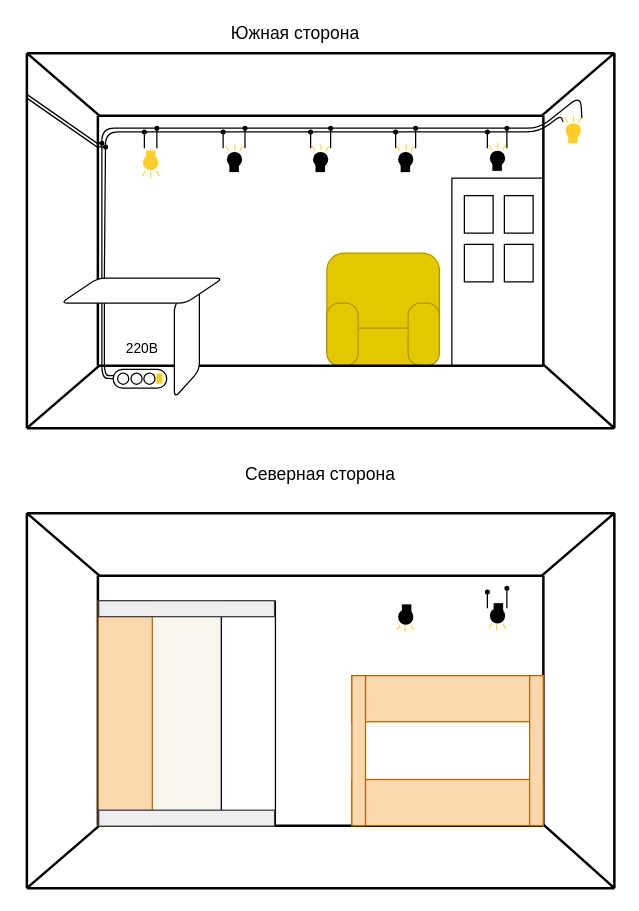
Pilgore-pi/Open-proger-notes keeps this draw.io diagram as 01 Идеи проектов/Целевые проекты/Параллельное RGB освещение/Карта проекта.drawio. Above is the earlier version. Source tidied: cells renumbered, new cells numbered last; positions are measured from the earlier drawing's top-left corner, leaving out a move shared by most shapes. Both pictures are drawn from the tidied source at 125%, with x=0, y=0 at pixel (12, 21).
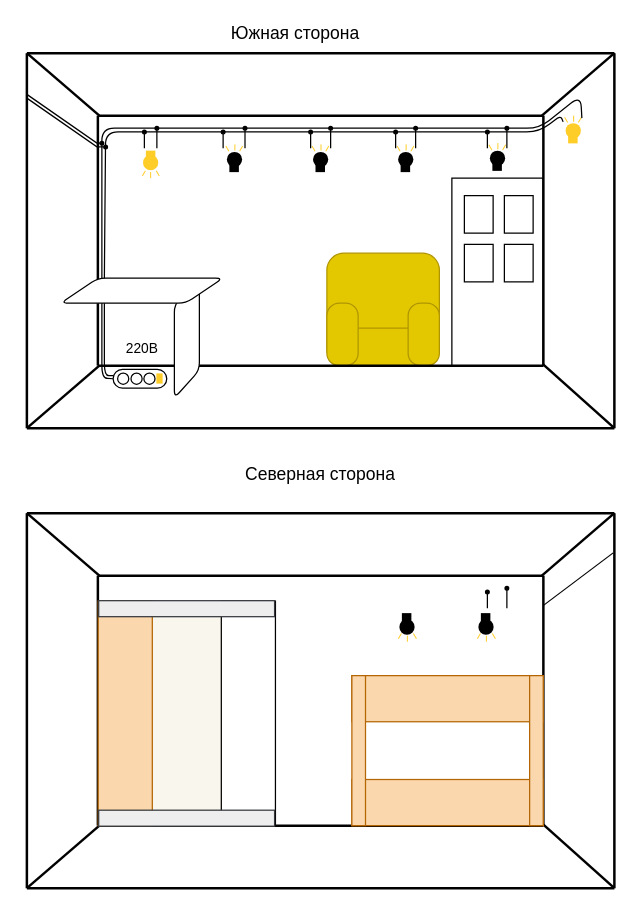
The same page after the edit.

Commit message:
obsidian auto commit: 16-11-2025 16:10

Unchanged cells that the change refers to:
```xml
<mxCell id="94" style="rounded=0;whiteSpace=wrap;html=1;fillColor=light-dark(#FFFFFF,#040033);strokeColor=none;" parent="1" vertex="1">
  <mxGeometry x="11" y="393" width="470" height="300" as="geometry" />
</mxCell>
<mxCell id="96" style="group;" parent="1" vertex="1">
  <mxGeometry x="11" y="393" width="470" height="300" as="geometry" />
</mxCell>
```

What changed in the source:
```diff
@@
-    <mxCell id="101" style="group;rotation=0;" parent="96" vertex="1">
-      <mxGeometry x="296" y="73" width="14.3" height="22" as="geometry" />
-    </mxCell>
+    <mxCell id="134" style="group;" parent="96" vertex="1">
+      <mxGeometry x="296.8" y="80" width="15.1" height="22.9" as="geometry" />
+    </mxCell>
-    <mxCell id="102" style="rounded=0;whiteSpace=wrap;html=1;fillColor=light-dark(#FFCD28, #fff600);gradientColor=none;strokeColor=none;rotation=0;" parent="101" vertex="1">
-      <mxGeometry x="6" y="17" width="0.8" height="4.9" as="geometry" />
+    <mxCell id="102" style="rounded=0;whiteSpace=wrap;html=1;fillColor=light-dark(#FFCD28, #fff600);gradientColor=none;strokeColor=none;rotation=0;" parent="134" vertex="1">
+      <mxGeometry x="7.2" y="18" width="0.8" height="4.9" as="geometry" />
     </mxCell>
-    <mxCell id="103" style="rounded=0;whiteSpace=wrap;html=1;fillColor=light-dark(#FFCD28, #fff600);gradientColor=none;strokeColor=none;rotation=-30;" parent="101" vertex="1">
-      <mxGeometry x="12" y="16" width="0.8" height="4.9" as="geometry" />
+    <mxCell id="103" style="rounded=0;whiteSpace=wrap;html=1;fillColor=light-dark(#FFCD28, #fff600);gradientColor=none;strokeColor=none;rotation=-30;" parent="134" vertex="1">
+      <mxGeometry x="13.2" y="16" width="0.8" height="4.9" as="geometry" />
     </mxCell>
-    <mxCell id="104" style="rounded=0;whiteSpace=wrap;html=1;fillColor=light-dark(#FFCD28, #fff600);gradientColor=none;strokeColor=none;rotation=30;" parent="101" vertex="1">
-      <mxGeometry x="1" y="16" width="0.8" height="4.9" as="geometry" />
+    <mxCell id="104" style="rounded=0;whiteSpace=wrap;html=1;fillColor=light-dark(#FFCD28, #fff600);gradientColor=none;strokeColor=none;rotation=30;" parent="134" vertex="1">
+      <mxGeometry x="1.2" y="16" width="0.8" height="4.9" as="geometry" />
     </mxCell>
-    <mxCell id="105" style="rounded=0;whiteSpace=wrap;html=1;fillColor=light-dark(#000000,#0100FF);gradientColor=none;strokeColor=none;rotation=0;gradientDirection=north;" parent="101" vertex="1">
-      <mxGeometry x="4" width="7.6" height="9.2" as="geometry" />
+    <mxCell id="105" style="rounded=0;whiteSpace=wrap;html=1;fillColor=light-dark(#000000,#0100FF);gradientColor=none;strokeColor=none;rotation=0;gradientDirection=north;" parent="134" vertex="1">
+      <mxGeometry x="3.2" width="7.6" height="10" as="geometry" />
     </mxCell>
-    <mxCell id="106" style="ellipse;whiteSpace=wrap;html=1;fillColor=light-dark(#FFCD28,#FF0000);gradientColor=light-dark(#000000,#1C00FF);strokeColor=none;rotation=0;gradientDirection=north;" parent="101" vertex="1">
-      <mxGeometry x="1" y="4" width="12.2" height="12.2" as="geometry" />
+    <mxCell id="106" style="ellipse;whiteSpace=wrap;html=1;fillColor=light-dark(#FFCD28,#FF0000);gradientColor=light-dark(#000000,#1C00FF);strokeColor=none;rotation=0;gradientDirection=north;" parent="134" vertex="1">
+      <mxGeometry x="1.2" y="5" width="12.2" height="12.2" as="geometry" />
     </mxCell>
-    <mxCell id="107" style="group;rotation=0;" parent="96" vertex="1">
-      <mxGeometry x="369.4" y="72" width="14.3" height="22" as="geometry" />
-    </mxCell>
-    <mxCell id="108" style="rounded=0;whiteSpace=wrap;html=1;fillColor=light-dark(#FFCD28, #fff600);gradientColor=none;strokeColor=none;rotation=0;" parent="107" vertex="1">
-      <mxGeometry x="6" y="17" width="0.8" height="4.9" as="geometry" />
-    </mxCell>
-    <mxCell id="109" style="rounded=0;whiteSpace=wrap;html=1;fillColor=light-dark(#FFCD28, #fff600);gradientColor=none;strokeColor=none;rotation=-30;" parent="107" vertex="1">
-      <mxGeometry x="12" y="16" width="0.8" height="4.9" as="geometry" />
-    </mxCell>
-    <mxCell id="110" style="rounded=0;whiteSpace=wrap;html=1;fillColor=light-dark(#FFCD28, #fff600);gradientColor=none;strokeColor=none;rotation=30;" parent="107" vertex="1">
-      <mxGeometry x="1" y="16" width="0.8" height="4.9" as="geometry" />
-    </mxCell>
-    <mxCell id="111" style="rounded=0;whiteSpace=wrap;html=1;fillColor=light-dark(#000000,#0100FF);gradientColor=none;strokeColor=none;rotation=0;gradientDirection=north;" parent="107" vertex="1">
-      <mxGeometry x="4" width="7.6" height="9.2" as="geometry" />
-    </mxCell>
-    <mxCell id="112" style="ellipse;whiteSpace=wrap;html=1;fillColor=light-dark(#FFCD28,#FF0000);gradientColor=light-dark(#000000,#1C00FF);strokeColor=none;rotation=0;gradientDirection=north;" parent="107" vertex="1">
-      <mxGeometry x="1" y="4" width="12.2" height="12.2" as="geometry" />
-    </mxCell>
+    <mxCell id="135" style="group;" parent="96" vertex="1">
+      <mxGeometry x="360" y="80" width="15.1" height="22.9" as="geometry" />
+    </mxCell>
+    <mxCell id="136" style="rounded=0;whiteSpace=wrap;html=1;fillColor=light-dark(#FFCD28, #fff600);gradientColor=none;strokeColor=none;rotation=0;" parent="135" vertex="1">
+      <mxGeometry x="7.2" y="18" width="0.8" height="4.9" as="geometry" />
+    </mxCell>
+    <mxCell id="137" style="rounded=0;whiteSpace=wrap;html=1;fillColor=light-dark(#FFCD28, #fff600);gradientColor=none;strokeColor=none;rotation=-30;" parent="135" vertex="1">
+      <mxGeometry x="13.2" y="16" width="0.8" height="4.9" as="geometry" />
+    </mxCell>
+    <mxCell id="138" style="rounded=0;whiteSpace=wrap;html=1;fillColor=light-dark(#FFCD28, #fff600);gradientColor=none;strokeColor=none;rotation=30;" parent="135" vertex="1">
+      <mxGeometry x="1.2" y="16" width="0.8" height="4.9" as="geometry" />
+    </mxCell>
+    <mxCell id="139" style="rounded=0;whiteSpace=wrap;html=1;fillColor=light-dark(#000000,#0100FF);gradientColor=none;strokeColor=none;rotation=0;gradientDirection=north;" parent="135" vertex="1">
+      <mxGeometry x="3.2" width="7.6" height="10" as="geometry" />
+    </mxCell>
+    <mxCell id="140" style="ellipse;whiteSpace=wrap;html=1;fillColor=light-dark(#FFCD28,#FF0000);gradientColor=light-dark(#000000,#1C00FF);strokeColor=none;rotation=0;gradientDirection=north;" parent="135" vertex="1">
+      <mxGeometry x="1.2" y="5" width="12.2" height="12.2" as="geometry" />
+    </mxCell>
@@
+    <mxCell id="141" style="endArrow=none;html=1;rounded=0;strokeColor=light-dark(#000000,#FF0000);endFill=0;endSize=3;entryX=0.998;entryY=0.106;entryDx=0;entryDy=0;entryPerimeter=0;" parent="1" edge="1" target="94">
+      <mxGeometry relative="1" as="geometry">
+        <mxPoint x="424" y="467" as="sourcePoint" />
+      </mxGeometry>
+    </mxCell>
```
